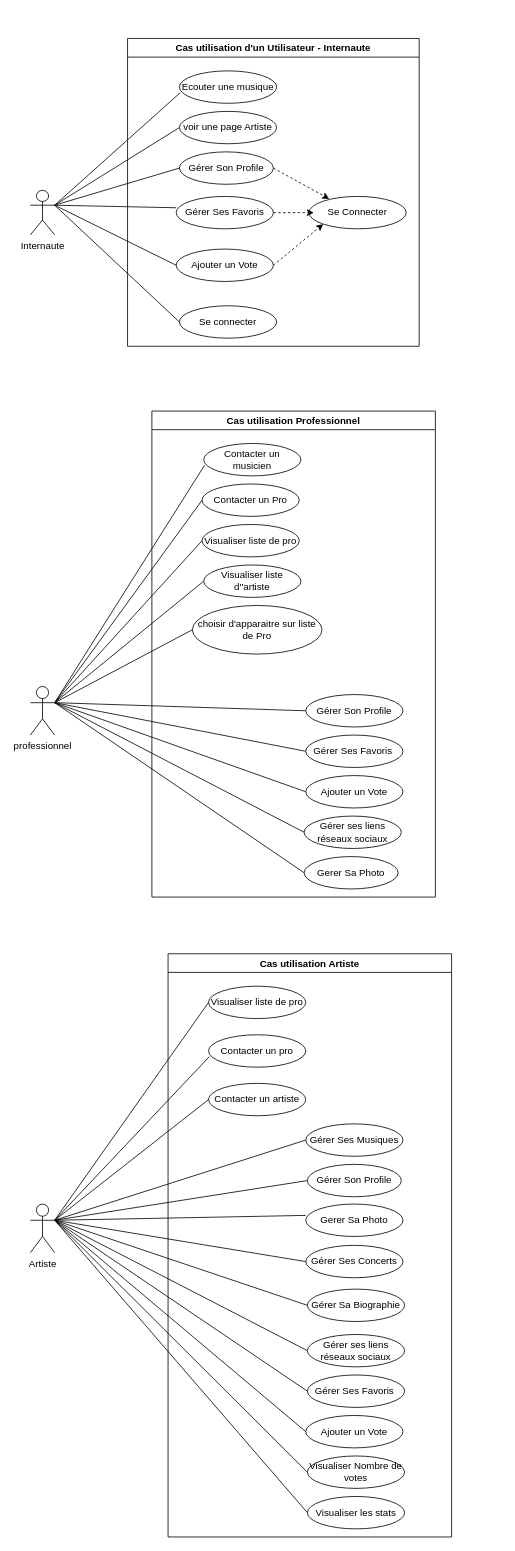
Earlier version of the draw.io diagram Conception/Use Case Music WebSite.drawio (Roland-Foucher/springboard). Source tidied: cells renumbered, new cells numbered last; positions are measured from the earlier drawing's top-left corner, leaving out a move shared by most shapes. Both pictures are drawn from the tidied source at 81%, with x=0, y=0 at pixel (30, 38).
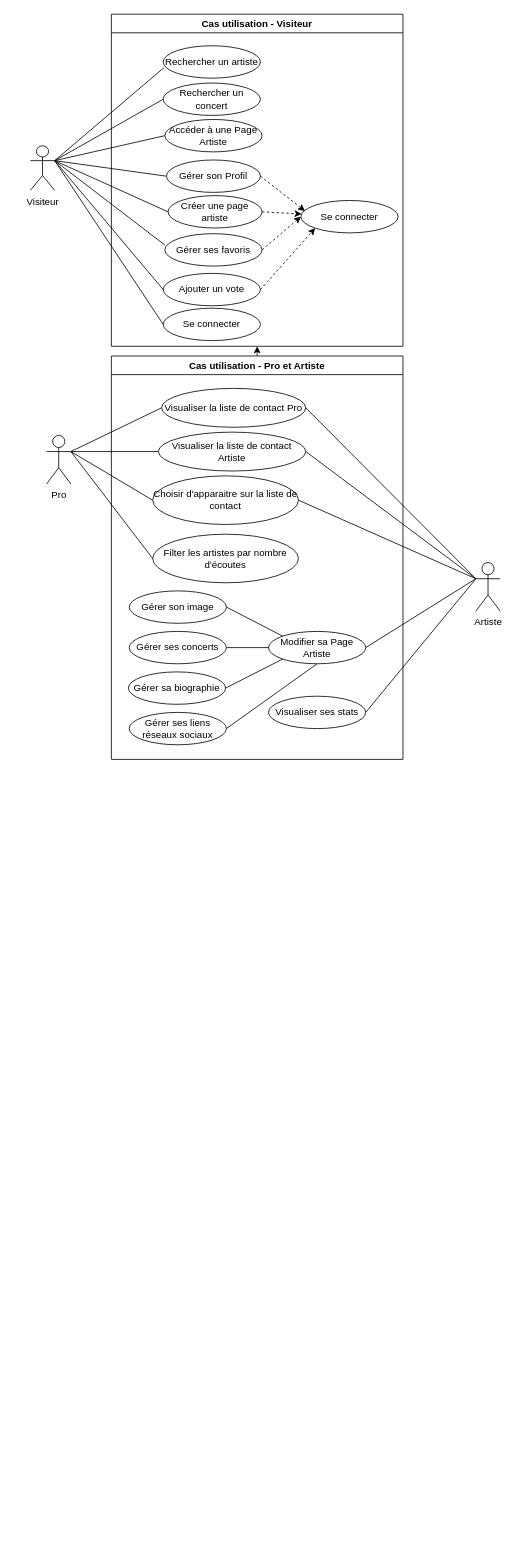
Above is the later version.

The edit, as a diff of the source:
```diff
@@
-    <mxCell id="7" value="Internaute" style="shape=umlActor;verticalLabelPosition=bottom;verticalAlign=top;html=1;outlineConnect=0;" parent="1" vertex="1">
-      <mxGeometry y="187.5" width="30" height="55" as="geometry" />
+    <mxCell id="7" value="Visiteur" style="shape=umlActor;verticalLabelPosition=bottom;verticalAlign=top;html=1;outlineConnect=0;" parent="1" vertex="1">
+      <mxGeometry y="132.5" width="30" height="55" as="geometry" />
     </mxCell>
-    <mxCell id="8" value="Cas utilisation d'un Utilisateur - Internaute" style="swimlane;" parent="1" vertex="1">
-      <mxGeometry x="120" width="360" height="380" as="geometry" />
+    <mxCell id="8" value="Cas utilisation - Visiteur" style="swimlane;" parent="1" vertex="1">
+      <mxGeometry x="100" y="-30" width="360" height="410" as="geometry" />
     </mxCell>
-    <mxCell id="9" value="voir une page Artiste" style="ellipse;whiteSpace=wrap;html=1;" parent="8" vertex="1">
-      <mxGeometry x="64" y="90" width="120" height="40" as="geometry" />
+    <mxCell id="9" value="Accéder à une Page Artiste" style="ellipse;whiteSpace=wrap;html=1;" parent="8" vertex="1">
+      <mxGeometry x="66" y="130" width="120" height="40" as="geometry" />
     </mxCell>
-    <mxCell id="10" value="Gérer&amp;nbsp;Son Profile" style="ellipse;whiteSpace=wrap;html=1;" parent="8" vertex="1">
-      <mxGeometry x="64" y="140" width="116" height="40" as="geometry" />
+    <mxCell id="10" value="Gérer son Profil" style="ellipse;whiteSpace=wrap;html=1;" parent="8" vertex="1">
+      <mxGeometry x="68" y="180" width="116" height="40" as="geometry" />
     </mxCell>
-    <mxCell id="11" value="Gérer Ses Favoris" style="ellipse;whiteSpace=wrap;html=1;" parent="8" vertex="1">
-      <mxGeometry x="60" y="195" width="120" height="40" as="geometry" />
+    <mxCell id="11" value="Gérer ses favoris" style="ellipse;whiteSpace=wrap;html=1;" parent="8" vertex="1">
+      <mxGeometry x="66" y="271" width="120" height="40" as="geometry" />
     </mxCell>
@@
-    <mxCell id="13" value="Ajouter un Vote" style="ellipse;whiteSpace=wrap;html=1;" parent="8" vertex="1">
-      <mxGeometry x="60" y="260" width="120" height="40" as="geometry" />
+    <mxCell id="13" value="Ajouter un vote" style="ellipse;whiteSpace=wrap;html=1;" parent="8" vertex="1">
+      <mxGeometry x="64" y="320" width="120" height="40" as="geometry" />
     </mxCell>
-    <mxCell id="14" value="Ecouter une musique" style="ellipse;whiteSpace=wrap;html=1;" parent="8" vertex="1">
-      <mxGeometry x="64" y="40" width="120" height="40" as="geometry" />
+    <mxCell id="14" value="Rechercher un artiste" style="ellipse;whiteSpace=wrap;html=1;" parent="8" vertex="1">
+      <mxGeometry x="64" y="39" width="120" height="40" as="geometry" />
     </mxCell>
-    <mxCell id="15" value="Se Connecter" style="ellipse;whiteSpace=wrap;html=1;" parent="8" vertex="1">
-      <mxGeometry x="224" y="195" width="120" height="40" as="geometry" />
+    <mxCell id="15" value="Se connecter" style="ellipse;whiteSpace=wrap;html=1;" parent="8" vertex="1">
+      <mxGeometry x="234" y="230" width="120" height="40" as="geometry" />
     </mxCell>
-    <mxCell id="16" style="rounded=0;jettySize=auto;html=1;exitX=1;exitY=0.5;exitDx=0;exitDy=0;dashed=1;elbow=vertical;entryX=0.208;entryY=0.075;entryDx=0;entryDy=0;entryPerimeter=0;" parent="8" edge="1" target="15">
-      <mxGeometry relative="1" as="geometry">
-        <mxPoint x="180" y="160" as="sourcePoint" />
-      </mxGeometry>
+    <mxCell id="16" style="rounded=0;jettySize=auto;html=1;exitX=1;exitY=0.5;exitDx=0;exitDy=0;dashed=1;elbow=vertical;entryX=0.042;entryY=0.325;entryDx=0;entryDy=0;entryPerimeter=0;" parent="8" edge="1" source="10" target="15">
+      <mxGeometry relative="1" as="geometry" />
     </mxCell>
     <mxCell id="17" value="Se connecter" style="ellipse;whiteSpace=wrap;html=1;" parent="8" vertex="1">
-      <mxGeometry x="64" y="330" width="120" height="40" as="geometry" />
+      <mxGeometry x="64" y="363" width="120" height="40" as="geometry" />
     </mxCell>
+    <mxCell id="70" value="Rechercher un concert" style="ellipse;whiteSpace=wrap;html=1;" parent="8" vertex="1">
+      <mxGeometry x="64" y="85" width="120" height="40" as="geometry" />
+    </mxCell>
+    <mxCell id="40" style="edgeStyle=none;rounded=0;jettySize=auto;html=1;exitX=1;exitY=0.5;exitDx=0;exitDy=0;endArrow=classic;endFill=1;elbow=vertical;dashed=1;entryX=0;entryY=0.5;entryDx=0;entryDy=0;" parent="8" edge="1" source="11" target="15">
+      <mxGeometry relative="1" as="geometry" />
+    </mxCell>
+    <mxCell id="71" value="Créer une page artiste" style="ellipse;whiteSpace=wrap;html=1;" parent="8" vertex="1">
+      <mxGeometry x="70" y="224" width="116" height="40" as="geometry" />
+    </mxCell>
+    <mxCell id="72" style="rounded=0;jettySize=auto;html=1;exitX=1;exitY=0.5;exitDx=0;exitDy=0;dashed=1;elbow=vertical;" parent="8" edge="1" source="71" target="15">
+      <mxGeometry relative="1" as="geometry" />
+    </mxCell>
-    <mxCell id="18" style="edgeStyle=none;rounded=0;jettySize=auto;html=1;exitX=1;exitY=0.3333333333333333;exitDx=0;exitDy=0;exitPerimeter=0;entryX=0.008;entryY=0.675;entryDx=0;entryDy=0;entryPerimeter=0;elbow=vertical;endArrow=none;endFill=0;" parent="1" edge="1" source="25" target="33">
+    <mxCell id="18" style="edgeStyle=none;rounded=0;jettySize=auto;html=1;exitX=0;exitY=0.3333333333333333;exitDx=0;exitDy=0;exitPerimeter=0;entryX=1;entryY=0.5;entryDx=0;entryDy=0;elbow=vertical;endArrow=none;endFill=0;" parent="1" edge="1" source="25" target="63">
       <mxGeometry relative="1" as="geometry" />
     </mxCell>
-    <mxCell id="19" style="edgeStyle=none;rounded=0;jettySize=auto;html=1;exitX=1;exitY=0.3333333333333333;exitDx=0;exitDy=0;exitPerimeter=0;entryX=0;entryY=0.5;entryDx=0;entryDy=0;elbow=vertical;endArrow=none;endFill=0;" parent="1" edge="1" source="25" target="27">
-      <mxGeometry relative="1" as="geometry" />
-    </mxCell>
-    <mxCell id="20" style="edgeStyle=none;rounded=0;jettySize=auto;html=1;exitX=1;exitY=0.3333333333333333;exitDx=0;exitDy=0;exitPerimeter=0;entryX=0;entryY=0.5;entryDx=0;entryDy=0;elbow=vertical;endArrow=none;endFill=0;" parent="1" edge="1" source="25" target="28">
-      <mxGeometry relative="1" as="geometry" />
-    </mxCell>
-    <mxCell id="21" value="&lt;br&gt;" style="edgeStyle=none;rounded=0;jettySize=auto;html=1;exitX=1;exitY=0.3333333333333333;exitDx=0;exitDy=0;exitPerimeter=0;entryX=0;entryY=0.35;entryDx=0;entryDy=0;entryPerimeter=0;elbow=vertical;endArrow=none;endFill=0;" parent="1" edge="1" source="25" target="29">
-      <mxGeometry relative="1" as="geometry" />
-    </mxCell>
-    <mxCell id="22" style="edgeStyle=none;rounded=0;jettySize=auto;html=1;exitX=1;exitY=0.3333333333333333;exitDx=0;exitDy=0;exitPerimeter=0;entryX=0;entryY=0.5;entryDx=0;entryDy=0;elbow=vertical;endArrow=none;endFill=0;" parent="1" edge="1" source="25" target="30">
-      <mxGeometry relative="1" as="geometry" />
-    </mxCell>
-    <mxCell id="23" style="edgeStyle=none;rounded=0;jettySize=auto;html=1;exitX=1;exitY=0.3333333333333333;exitDx=0;exitDy=0;exitPerimeter=0;entryX=0;entryY=0.5;entryDx=0;entryDy=0;elbow=vertical;endArrow=none;endFill=0;" parent="1" edge="1" source="25" target="31">
-      <mxGeometry relative="1" as="geometry" />
-    </mxCell>
-    <mxCell id="24" style="edgeStyle=none;rounded=0;jettySize=auto;html=1;exitX=1;exitY=0.3333333333333333;exitDx=0;exitDy=0;exitPerimeter=0;entryX=0;entryY=0.5;entryDx=0;entryDy=0;elbow=vertical;endArrow=none;endFill=0;" parent="1" edge="1" source="25" target="32">
-      <mxGeometry relative="1" as="geometry" />
-    </mxCell>
+    <mxCell id="73" style="rounded=0;jettySize=auto;html=1;exitX=0;exitY=0.3333333333333333;exitDx=0;exitDy=0;exitPerimeter=0;entryX=1;entryY=0.5;entryDx=0;entryDy=0;endArrow=none;endFill=0;" parent="1" edge="1" source="25" target="39">
+      <mxGeometry relative="1" as="geometry" />
+    </mxCell>
     <mxCell id="25" value="Artiste" style="shape=umlActor;verticalLabelPosition=bottom;verticalAlign=top;html=1;outlineConnect=0;" parent="1" vertex="1">
-      <mxGeometry y="1439" width="30" height="60" as="geometry" />
+      <mxGeometry x="550" y="647" width="30" height="60" as="geometry" />
     </mxCell>
-    <mxCell id="26" value="Cas utilisation Artiste" style="swimlane;" parent="1" vertex="1">
-      <mxGeometry x="170" y="1130" width="350" height="720" as="geometry" />
-    </mxCell>
-    <mxCell id="27" value="Gérer&amp;nbsp;Ses Musiques" style="ellipse;whiteSpace=wrap;html=1;" parent="26" vertex="1">
-      <mxGeometry x="170" y="210" width="120" height="40" as="geometry" />
-    </mxCell>
-    <mxCell id="28" value="Gérer&amp;nbsp;Son Profile" style="ellipse;whiteSpace=wrap;html=1;" parent="26" vertex="1">
-      <mxGeometry x="172" y="260" width="116" height="40" as="geometry" />
-    </mxCell>
-    <mxCell id="29" value="Gerer Sa Photo" style="ellipse;whiteSpace=wrap;html=1;" parent="26" vertex="1">
-      <mxGeometry x="170" y="309" width="120" height="40" as="geometry" />
-    </mxCell>
-    <mxCell id="30" value="Gérer&amp;nbsp;Ses Concerts" style="ellipse;whiteSpace=wrap;html=1;" parent="26" vertex="1">
-      <mxGeometry x="170" y="360" width="120" height="40" as="geometry" />
-    </mxCell>
-    <mxCell id="31" value="Gérer&amp;nbsp;Sa Biographie" style="ellipse;whiteSpace=wrap;html=1;" parent="26" vertex="1">
-      <mxGeometry x="172" y="414" width="120" height="40" as="geometry" />
-    </mxCell>
-    <mxCell id="32" value="Gérer ses liens réseaux sociaux" style="ellipse;whiteSpace=wrap;html=1;" parent="26" vertex="1">
-      <mxGeometry x="172" y="470" width="120" height="40" as="geometry" />
-    </mxCell>
-    <mxCell id="33" value="Contacter un pro" style="ellipse;whiteSpace=wrap;html=1;" parent="26" vertex="1">
-      <mxGeometry x="50" y="100" width="120" height="40" as="geometry" />
-    </mxCell>
-    <mxCell id="34" value="Visualiser liste de pro" style="ellipse;whiteSpace=wrap;html=1;" parent="26" vertex="1">
-      <mxGeometry x="50" y="40" width="120" height="40" as="geometry" />
-    </mxCell>
-    <mxCell id="35" value="Gérer Ses Favoris&amp;nbsp;" style="ellipse;whiteSpace=wrap;html=1;" parent="26" vertex="1">
-      <mxGeometry x="172" y="520" width="120" height="40" as="geometry" />
-    </mxCell>
-    <mxCell id="36" value="Ajouter un Vote" style="ellipse;whiteSpace=wrap;html=1;" parent="26" vertex="1">
-      <mxGeometry x="170" y="570" width="120" height="40" as="geometry" />
-    </mxCell>
-    <mxCell id="37" value="Contacter un artiste" style="ellipse;whiteSpace=wrap;html=1;" parent="26" vertex="1">
-      <mxGeometry x="50" y="160" width="120" height="40" as="geometry" />
-    </mxCell>
-    <mxCell id="38" value="Visualiser Nombre de votes" style="ellipse;whiteSpace=wrap;html=1;" parent="26" vertex="1">
-      <mxGeometry x="172" y="620" width="120" height="40" as="geometry" />
-    </mxCell>
-    <mxCell id="39" value="Visualiser les stats" style="ellipse;whiteSpace=wrap;html=1;" parent="26" vertex="1">
-      <mxGeometry x="172" y="670" width="120" height="40" as="geometry" />
-    </mxCell>
-    <mxCell id="40" style="edgeStyle=none;rounded=0;jettySize=auto;html=1;exitX=1;exitY=0.5;exitDx=0;exitDy=0;endArrow=classic;endFill=1;elbow=vertical;dashed=1;" parent="1" edge="1" source="11">
-      <mxGeometry relative="1" as="geometry">
-        <mxPoint x="350" y="215" as="targetPoint" />
-      </mxGeometry>
-    </mxCell>
@@
-    <mxCell id="42" style="edgeStyle=none;rounded=0;jettySize=auto;html=1;exitX=1;exitY=0.3333333333333333;exitDx=0;exitDy=0;exitPerimeter=0;entryX=0.008;entryY=0.675;entryDx=0;entryDy=0;entryPerimeter=0;elbow=vertical;endArrow=none;endFill=0;" parent="1" edge="1" source="52" target="58">
-      <mxGeometry relative="1" as="geometry" />
-    </mxCell>
-    <mxCell id="43" style="edgeStyle=none;rounded=0;jettySize=auto;html=1;exitX=1;exitY=0.3333333333333333;exitDx=0;exitDy=0;exitPerimeter=0;entryX=0;entryY=0.5;entryDx=0;entryDy=0;elbow=vertical;endArrow=none;endFill=0;" parent="1" edge="1" source="52" target="54">
-      <mxGeometry relative="1" as="geometry" />
-    </mxCell>
-    <mxCell id="44" style="edgeStyle=none;rounded=0;jettySize=auto;html=1;exitX=1;exitY=0.3333333333333333;exitDx=0;exitDy=0;exitPerimeter=0;entryX=0;entryY=0.5;entryDx=0;entryDy=0;elbow=vertical;endArrow=none;endFill=0;" parent="1" edge="1" source="52" target="55">
-      <mxGeometry relative="1" as="geometry" />
-    </mxCell>
-    <mxCell id="45" style="edgeStyle=none;rounded=0;jettySize=auto;html=1;exitX=1;exitY=0.3333333333333333;exitDx=0;exitDy=0;exitPerimeter=0;entryX=0;entryY=0.5;entryDx=0;entryDy=0;elbow=vertical;endArrow=none;endFill=0;" parent="1" edge="1" source="52" target="56">
-      <mxGeometry relative="1" as="geometry" />
-    </mxCell>
-    <mxCell id="46" style="edgeStyle=none;rounded=0;jettySize=auto;html=1;exitX=1;exitY=0.3333333333333333;exitDx=0;exitDy=0;exitPerimeter=0;entryX=0;entryY=0.5;entryDx=0;entryDy=0;elbow=vertical;endArrow=none;endFill=0;" parent="1" edge="1" source="52" target="57">
-      <mxGeometry relative="1" as="geometry" />
-    </mxCell>
@@
-    <mxCell id="48" style="edgeStyle=none;rounded=0;jettySize=auto;html=1;exitX=1;exitY=0.3333333333333333;exitDx=0;exitDy=0;exitPerimeter=0;entryX=0;entryY=0.5;entryDx=0;entryDy=0;endArrow=none;endFill=0;elbow=vertical;" parent="1" edge="1" source="52" target="59">
-      <mxGeometry relative="1" as="geometry" />
-    </mxCell>
-    <mxCell id="49" style="edgeStyle=none;rounded=0;jettySize=auto;html=1;exitX=1;exitY=0.3333333333333333;exitDx=0;exitDy=0;exitPerimeter=0;entryX=0;entryY=0.5;entryDx=0;entryDy=0;endArrow=none;endFill=0;elbow=vertical;" parent="1" edge="1" source="52" target="60">
-      <mxGeometry relative="1" as="geometry" />
-    </mxCell>
@@
-    <mxCell id="52" value="professionnel" style="shape=umlActor;verticalLabelPosition=bottom;verticalAlign=top;html=1;outlineConnect=0;" parent="1" vertex="1">
-      <mxGeometry y="800" width="30" height="60" as="geometry" />
+    <mxCell id="52" value="Pro" style="shape=umlActor;verticalLabelPosition=bottom;verticalAlign=top;html=1;outlineConnect=0;" parent="1" vertex="1">
+      <mxGeometry x="20" y="490" width="30" height="60" as="geometry" />
     </mxCell>
+    <mxCell id="74" style="edgeStyle=none;rounded=0;jettySize=auto;html=1;exitX=0.5;exitY=0;exitDx=0;exitDy=0;entryX=0.5;entryY=1;entryDx=0;entryDy=0;endArrow=classic;endFill=1;" parent="1" edge="1" source="53" target="8">
+      <mxGeometry relative="1" as="geometry" />
+    </mxCell>
-    <mxCell id="53" value="Cas utilisation Professionnel" style="swimlane;" parent="1" vertex="1">
-      <mxGeometry x="150" y="460" width="350" height="600" as="geometry" />
+    <mxCell id="53" value="Cas utilisation - Pro et Artiste" style="swimlane;" parent="1" vertex="1">
+      <mxGeometry x="100" y="392" width="360" height="498" as="geometry" />
     </mxCell>
-    <mxCell id="54" value="&lt;span&gt;Gérer&amp;nbsp;Son Profile&lt;/span&gt;" style="ellipse;whiteSpace=wrap;html=1;" parent="53" vertex="1">
-      <mxGeometry x="190" y="350" width="120" height="40" as="geometry" />
-    </mxCell>
-    <mxCell id="55" value="&lt;span&gt;Gerer Sa Photo&lt;/span&gt;" style="ellipse;whiteSpace=wrap;html=1;" parent="53" vertex="1">
-      <mxGeometry x="188" y="550" width="116" height="40" as="geometry" />
-    </mxCell>
-    <mxCell id="56" value="Contacter un Pro" style="ellipse;whiteSpace=wrap;html=1;" parent="53" vertex="1">
-      <mxGeometry x="62" y="90" width="120" height="40" as="geometry" />
-    </mxCell>
-    <mxCell id="57" value="&lt;span&gt;Gérer ses liens réseaux sociaux&lt;/span&gt;" style="ellipse;whiteSpace=wrap;html=1;" parent="53" vertex="1">
-      <mxGeometry x="188" y="500" width="120" height="40" as="geometry" />
-    </mxCell>
-    <mxCell id="58" value="Contacter un musicien" style="ellipse;whiteSpace=wrap;html=1;" parent="53" vertex="1">
-      <mxGeometry x="64" y="40" width="120" height="40" as="geometry" />
-    </mxCell>
-    <mxCell id="59" value="Gérer Ses Favoris&amp;nbsp;" style="ellipse;whiteSpace=wrap;html=1;" parent="53" vertex="1">
-      <mxGeometry x="190" y="400" width="120" height="40" as="geometry" />
-    </mxCell>
-    <mxCell id="60" value="Ajouter un Vote" style="ellipse;whiteSpace=wrap;html=1;" parent="53" vertex="1">
-      <mxGeometry x="190" y="450" width="120" height="40" as="geometry" />
-    </mxCell>
-    <mxCell id="61" value="choisir d'apparaitre sur liste de Pro" style="ellipse;whiteSpace=wrap;html=1;" parent="53" vertex="1">
-      <mxGeometry x="50" y="240" width="160" height="60" as="geometry" />
+    <mxCell id="61" value="Choisir d'apparaitre sur la liste de contact" style="ellipse;whiteSpace=wrap;html=1;" parent="53" vertex="1">
+      <mxGeometry x="51" y="148" width="180" height="60" as="geometry" />
     </mxCell>
-    <mxCell id="62" value="Visualiser liste de pro" style="ellipse;whiteSpace=wrap;html=1;" parent="53" vertex="1">
-      <mxGeometry x="62" y="140" width="120" height="40" as="geometry" />
+    <mxCell id="62" value="Visualiser la liste de contact Pro" style="ellipse;whiteSpace=wrap;html=1;" parent="53" vertex="1">
+      <mxGeometry x="62" y="40" width="178" height="48" as="geometry" />
     </mxCell>
-    <mxCell id="63" value="Visualiser liste d''artiste" style="ellipse;whiteSpace=wrap;html=1;" parent="53" vertex="1">
-      <mxGeometry x="64" y="190" width="120" height="40" as="geometry" />
+    <mxCell id="63" value="Visualiser la liste de contact Artiste" style="ellipse;whiteSpace=wrap;html=1;" parent="53" vertex="1">
+      <mxGeometry x="58" y="94" width="182" height="48" as="geometry" />
     </mxCell>
+    <mxCell id="75" value="Filter les artistes par nombre d'écoutes" style="ellipse;whiteSpace=wrap;html=1;" parent="53" vertex="1">
+      <mxGeometry x="51" y="220" width="180" height="60" as="geometry" />
+    </mxCell>
+    <mxCell id="27" value="Modifier sa Page Artiste" style="ellipse;whiteSpace=wrap;html=1;" parent="53" vertex="1">
+      <mxGeometry x="194" y="340" width="120" height="40" as="geometry" />
+    </mxCell>
+    <mxCell id="76" style="edgeStyle=none;rounded=0;jettySize=auto;html=1;exitX=1;exitY=0.5;exitDx=0;exitDy=0;entryX=0;entryY=0;entryDx=0;entryDy=0;endArrow=none;endFill=0;" parent="53" edge="1" source="29" target="27">
+      <mxGeometry relative="1" as="geometry" />
+    </mxCell>
+    <mxCell id="29" value="Gérer son image" style="ellipse;whiteSpace=wrap;html=1;" parent="53" vertex="1">
+      <mxGeometry x="22" y="290" width="120" height="40" as="geometry" />
+    </mxCell>
+    <mxCell id="77" style="edgeStyle=none;rounded=0;jettySize=auto;html=1;exitX=1;exitY=0.5;exitDx=0;exitDy=0;entryX=0;entryY=0.5;entryDx=0;entryDy=0;endArrow=none;endFill=0;" parent="53" edge="1" source="30" target="27">
+      <mxGeometry relative="1" as="geometry" />
+    </mxCell>
+    <mxCell id="30" value="Gérer ses concerts" style="ellipse;whiteSpace=wrap;html=1;" parent="53" vertex="1">
+      <mxGeometry x="22" y="340" width="120" height="40" as="geometry" />
+    </mxCell>
+    <mxCell id="78" style="edgeStyle=none;rounded=0;jettySize=auto;html=1;exitX=1;exitY=0.5;exitDx=0;exitDy=0;entryX=0;entryY=1;entryDx=0;entryDy=0;endArrow=none;endFill=0;" parent="53" edge="1" source="31" target="27">
+      <mxGeometry relative="1" as="geometry" />
+    </mxCell>
+    <mxCell id="31" value="Gérer sa biographie" style="ellipse;whiteSpace=wrap;html=1;" parent="53" vertex="1">
+      <mxGeometry x="21" y="390" width="120" height="40" as="geometry" />
+    </mxCell>
+    <mxCell id="79" style="edgeStyle=none;rounded=0;jettySize=auto;html=1;exitX=1;exitY=0.5;exitDx=0;exitDy=0;entryX=0.5;entryY=1;entryDx=0;entryDy=0;endArrow=none;endFill=0;" parent="53" edge="1" source="32" target="27">
+      <mxGeometry relative="1" as="geometry" />
+    </mxCell>
+    <mxCell id="32" value="Gérer ses liens réseaux sociaux" style="ellipse;whiteSpace=wrap;html=1;" parent="53" vertex="1">
+      <mxGeometry x="22" y="440" width="120" height="40" as="geometry" />
+    </mxCell>
+    <mxCell id="39" value="Visualiser ses stats" style="ellipse;whiteSpace=wrap;html=1;" parent="53" vertex="1">
+      <mxGeometry x="194" y="420" width="120" height="40" as="geometry" />
+    </mxCell>
-    <mxCell id="64" style="edgeStyle=none;rounded=0;jettySize=auto;html=1;exitX=1;exitY=0.3333333333333333;exitDx=0;exitDy=0;exitPerimeter=0;entryX=0;entryY=0.5;entryDx=0;entryDy=0;elbow=vertical;endArrow=none;endFill=0;" parent="1" edge="1" source="25" target="34">
+    <mxCell id="64" style="edgeStyle=none;rounded=0;jettySize=auto;html=1;exitX=0;exitY=0.3333333333333333;exitDx=0;exitDy=0;exitPerimeter=0;elbow=vertical;endArrow=none;endFill=0;entryX=1;entryY=0.5;entryDx=0;entryDy=0;" parent="1" edge="1" source="25" target="62">
       <mxGeometry relative="1" as="geometry" />
     </mxCell>
-    <mxCell id="65" style="edgeStyle=none;rounded=0;jettySize=auto;html=1;exitX=1;exitY=0.3333333333333333;exitDx=0;exitDy=0;exitPerimeter=0;entryX=0;entryY=0.5;entryDx=0;entryDy=0;elbow=vertical;endArrow=none;endFill=0;" parent="1" edge="1" source="25" target="35">
-      <mxGeometry relative="1" as="geometry" />
-    </mxCell>
-    <mxCell id="66" style="edgeStyle=none;rounded=0;jettySize=auto;html=1;exitX=1;exitY=0.3333333333333333;exitDx=0;exitDy=0;exitPerimeter=0;entryX=0;entryY=0.5;entryDx=0;entryDy=0;elbow=vertical;endArrow=none;endFill=0;" parent="1" edge="1" source="25" target="36">
-      <mxGeometry relative="1" as="geometry" />
-    </mxCell>
-    <mxCell id="67" style="edgeStyle=none;rounded=0;jettySize=auto;html=1;entryX=0;entryY=0.5;entryDx=0;entryDy=0;elbow=vertical;endArrow=none;endFill=0;exitX=1;exitY=0.3333333333333333;exitDx=0;exitDy=0;exitPerimeter=0;" parent="1" edge="1" source="25" target="37">
-      <mxGeometry relative="1" as="geometry" />
-    </mxCell>
-    <mxCell id="68" style="edgeStyle=none;rounded=0;jettySize=auto;html=1;exitX=0;exitY=0.5;exitDx=0;exitDy=0;entryX=1;entryY=0.3333333333333333;entryDx=0;entryDy=0;entryPerimeter=0;endArrow=none;endFill=0;elbow=vertical;" parent="1" edge="1" source="38" target="25">
-      <mxGeometry relative="1" as="geometry" />
-    </mxCell>
-    <mxCell id="69" style="edgeStyle=none;rounded=0;jettySize=auto;html=1;exitX=0;exitY=0.5;exitDx=0;exitDy=0;entryX=1;entryY=0.3333333333333333;entryDx=0;entryDy=0;entryPerimeter=0;endArrow=none;endFill=0;elbow=vertical;" parent="1" edge="1" source="39" target="25">
-      <mxGeometry relative="1" as="geometry" />
-    </mxCell>
+    <mxCell id="80" style="edgeStyle=none;rounded=0;jettySize=auto;html=1;exitX=1;exitY=0.3333333333333333;exitDx=0;exitDy=0;exitPerimeter=0;entryX=0;entryY=0.5;entryDx=0;entryDy=0;elbow=vertical;endArrow=none;endFill=0;" parent="1" edge="1" source="7" target="70">
+      <mxGeometry relative="1" as="geometry" />
+    </mxCell>
+    <mxCell id="81" style="edgeStyle=none;rounded=0;jettySize=auto;html=1;exitX=1;exitY=0.3333333333333333;exitDx=0;exitDy=0;exitPerimeter=0;entryX=0;entryY=0.5;entryDx=0;entryDy=0;endArrow=none;endFill=0;elbow=vertical;" parent="1" edge="1" source="52" target="75">
+      <mxGeometry relative="1" as="geometry" />
+    </mxCell>
+    <mxCell id="82" style="edgeStyle=none;rounded=0;jettySize=auto;html=1;exitX=0;exitY=0.3333333333333333;exitDx=0;exitDy=0;exitPerimeter=0;entryX=1;entryY=0.5;entryDx=0;entryDy=0;elbow=vertical;endArrow=none;endFill=0;" parent="1" edge="1" source="25" target="61">
+      <mxGeometry relative="1" as="geometry" />
+    </mxCell>
+    <mxCell id="19" style="edgeStyle=none;rounded=0;jettySize=auto;html=1;exitX=0;exitY=0.3333333333333333;exitDx=0;exitDy=0;exitPerimeter=0;entryX=1;entryY=0.5;entryDx=0;entryDy=0;elbow=vertical;endArrow=none;endFill=0;" parent="1" edge="1" source="25" target="27">
+      <mxGeometry relative="1" as="geometry" />
+    </mxCell>
+    <mxCell id="83" style="edgeStyle=none;rounded=0;jettySize=auto;html=1;exitX=1;exitY=0.3333333333333333;exitDx=0;exitDy=0;exitPerimeter=0;entryX=0;entryY=0.5;entryDx=0;entryDy=0;elbow=vertical;endArrow=none;endFill=0;" parent="1" edge="1" source="7" target="71">
+      <mxGeometry relative="1" as="geometry" />
+    </mxCell>
```
